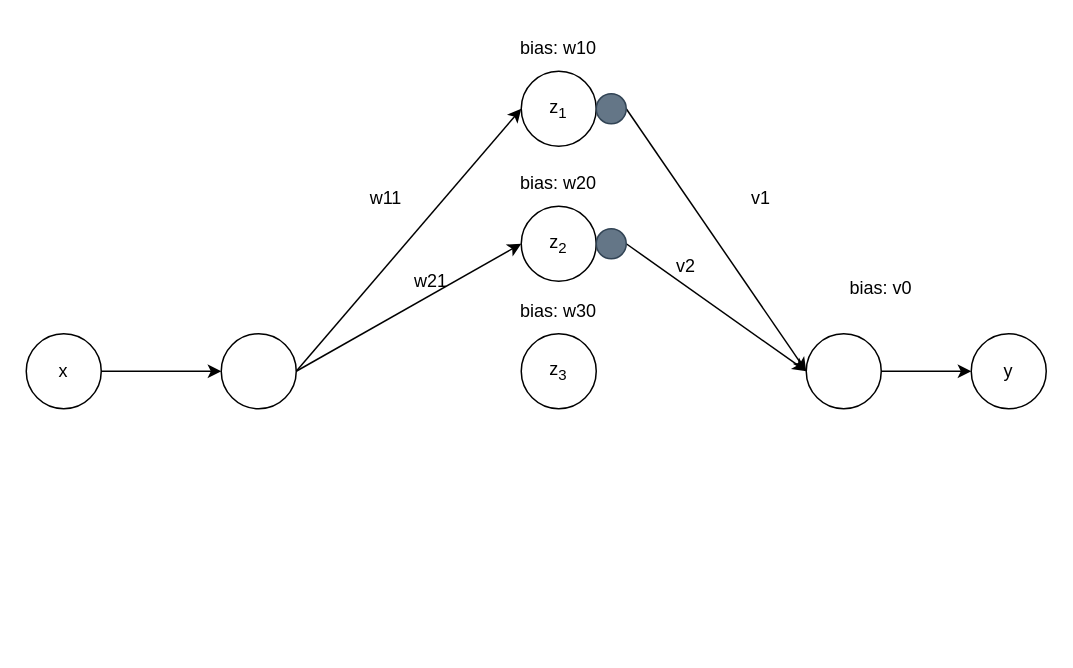
The draw.io diagram mini-project-diagram-2.drawio in JonathanALevine/ELEC5404, before the edit. Source tidied: cells renumbered, new cells numbered last; positions are measured from the earlier drawing's top-left corner, leaving out a move shared by most shapes. Both pictures are drawn from the tidied source at 150%, with x=0, y=0 at pixel (26, 26).
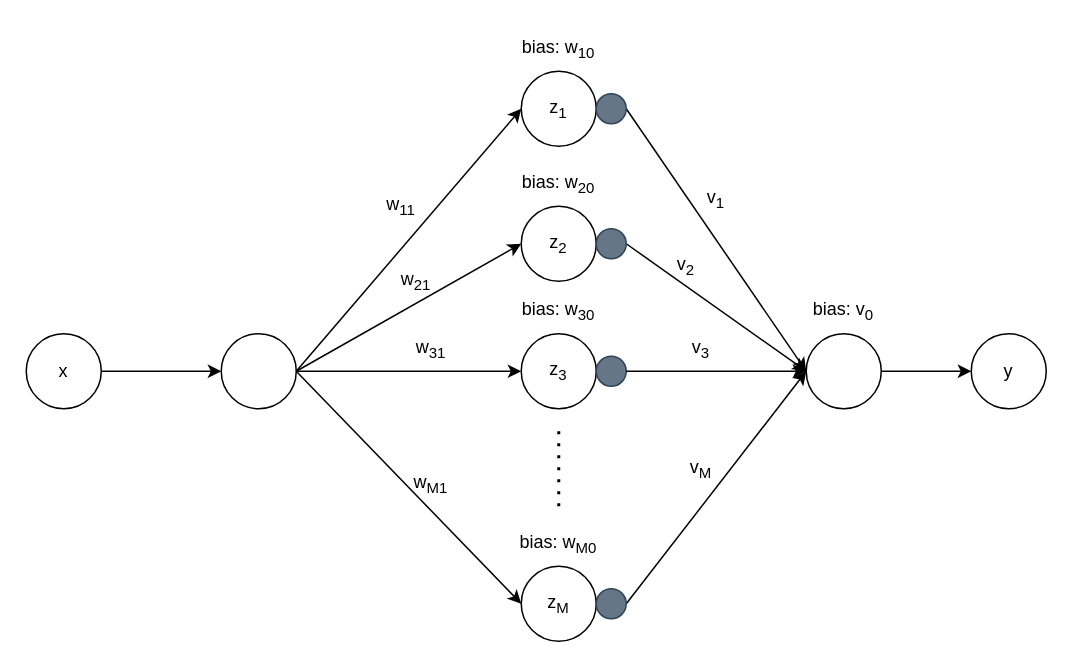
After the change.

The change refers to these unchanged cells:
```xml
<mxCell id="2" style="ellipse;whiteSpace=wrap;html=1;" parent="1" vertex="1">
  <mxGeometry x="130" y="205" width="50" height="50" as="geometry" />
</mxCell>
<mxCell id="5" style="ellipse;whiteSpace=wrap;html=1;" parent="1" vertex="1">
  <mxGeometry x="520" y="205" width="50" height="50" as="geometry" />
</mxCell>
```

Change to the diagram source:
```diff
@@
-    <mxCell id="14" value="w11" style="text;html=1;strokeColor=none;fillColor=none;align=center;verticalAlign=middle;whiteSpace=wrap;rounded=0;" parent="1" vertex="1">
-      <mxGeometry x="210" y="100" width="60" height="30" as="geometry" />
+    <mxCell id="14" value="w&lt;sub&gt;11&lt;/sub&gt;" style="text;html=1;strokeColor=none;fillColor=none;align=center;verticalAlign=middle;whiteSpace=wrap;rounded=0;" parent="1" vertex="1">
+      <mxGeometry x="220" y="105" width="60" height="30" as="geometry" />
     </mxCell>
-    <mxCell id="15" value="w21" style="text;html=1;strokeColor=none;fillColor=none;align=center;verticalAlign=middle;whiteSpace=wrap;rounded=0;" parent="1" vertex="1">
-      <mxGeometry x="240" y="155" width="60" height="30" as="geometry" />
+    <mxCell id="15" value="w&lt;sub&gt;21&lt;/sub&gt;" style="text;html=1;strokeColor=none;fillColor=none;align=center;verticalAlign=middle;whiteSpace=wrap;rounded=0;" parent="1" vertex="1">
+      <mxGeometry x="230" y="155" width="60" height="30" as="geometry" />
     </mxCell>
@@
-    <mxCell id="18" value="v1" style="text;html=1;strokeColor=none;fillColor=none;align=center;verticalAlign=middle;whiteSpace=wrap;rounded=0;" parent="1" vertex="1">
-      <mxGeometry x="460" y="100" width="60" height="30" as="geometry" />
+    <mxCell id="18" value="v&lt;sub&gt;1&lt;/sub&gt;" style="text;html=1;strokeColor=none;fillColor=none;align=center;verticalAlign=middle;whiteSpace=wrap;rounded=0;" parent="1" vertex="1">
+      <mxGeometry x="430" y="100" width="60" height="30" as="geometry" />
     </mxCell>
-    <mxCell id="19" value="v2" style="text;html=1;strokeColor=none;fillColor=none;align=center;verticalAlign=middle;whiteSpace=wrap;rounded=0;" parent="1" vertex="1">
+    <mxCell id="19" value="v&lt;sub&gt;2&lt;/sub&gt;" style="text;html=1;strokeColor=none;fillColor=none;align=center;verticalAlign=middle;whiteSpace=wrap;rounded=0;" parent="1" vertex="1">
       <mxGeometry x="410" y="145" width="60" height="30" as="geometry" />
     </mxCell>
-    <mxCell id="20" value="bias: w10" style="text;html=1;strokeColor=none;fillColor=none;align=center;verticalAlign=middle;whiteSpace=wrap;rounded=0;" parent="1" vertex="1">
+    <mxCell id="20" value="bias: w&lt;sub&gt;10&lt;/sub&gt;" style="text;html=1;strokeColor=none;fillColor=none;align=center;verticalAlign=middle;whiteSpace=wrap;rounded=0;" parent="1" vertex="1">
       <mxGeometry x="325" width="60" height="30" as="geometry" />
     </mxCell>
-    <mxCell id="21" value="bias: w20" style="text;html=1;strokeColor=none;fillColor=none;align=center;verticalAlign=middle;whiteSpace=wrap;rounded=0;" parent="1" vertex="1">
+    <mxCell id="21" value="bias: w&lt;sub&gt;20&lt;/sub&gt;" style="text;html=1;strokeColor=none;fillColor=none;align=center;verticalAlign=middle;whiteSpace=wrap;rounded=0;" parent="1" vertex="1">
       <mxGeometry x="325" y="90" width="60" height="30" as="geometry" />
     </mxCell>
-    <mxCell id="22" value="bias: v0" style="text;html=1;strokeColor=none;fillColor=none;align=center;verticalAlign=middle;whiteSpace=wrap;rounded=0;" parent="1" vertex="1">
-      <mxGeometry x="540" y="160" width="60" height="30" as="geometry" />
+    <mxCell id="22" value="bias: v&lt;sub&gt;0&lt;/sub&gt;" style="text;html=1;strokeColor=none;fillColor=none;align=center;verticalAlign=middle;whiteSpace=wrap;rounded=0;" parent="1" vertex="1">
+      <mxGeometry x="515" y="175" width="60" height="30" as="geometry" />
     </mxCell>
@@
-    <mxCell id="24" value="bias: w30" style="text;html=1;strokeColor=none;fillColor=none;align=center;verticalAlign=middle;whiteSpace=wrap;rounded=0;" parent="1" vertex="1">
+    <mxCell id="24" value="bias: w&lt;sub&gt;30&lt;/sub&gt;" style="text;html=1;strokeColor=none;fillColor=none;align=center;verticalAlign=middle;whiteSpace=wrap;rounded=0;" parent="1" vertex="1">
       <mxGeometry x="325" y="175" width="60" height="30" as="geometry" />
     </mxCell>
+    <mxCell id="25" style="endArrow=classic;html=1;rounded=0;exitX=1;exitY=0.5;exitDx=0;exitDy=0;" parent="1" edge="1" source="2">
+      <mxGeometry relative="1" as="geometry">
+        <mxPoint x="330" y="230" as="targetPoint" />
+      </mxGeometry>
+    </mxCell>
+    <mxCell id="26" style="ellipse;whiteSpace=wrap;html=1;fillColor=#647687;fontColor=#ffffff;strokeColor=#314354;" parent="1" vertex="1">
+      <mxGeometry x="380" y="220" width="20" height="20" as="geometry" />
+    </mxCell>
+    <mxCell id="27" style="endArrow=classic;html=1;rounded=0;exitX=1;exitY=0.5;exitDx=0;exitDy=0;entryX=0;entryY=0.5;entryDx=0;entryDy=0;" parent="1" edge="1" source="26" target="5">
+      <mxGeometry relative="1" as="geometry" />
+    </mxCell>
+    <mxCell id="28" style="endArrow=none;dashed=1;html=1;dashPattern=1 3;strokeWidth=2;rounded=0;" parent="1" edge="1">
+      <mxGeometry relative="1" as="geometry">
+        <mxPoint x="355" y="320" as="sourcePoint" />
+        <mxPoint x="355" y="270" as="targetPoint" />
+      </mxGeometry>
+    </mxCell>
+    <mxCell id="29" value="z&lt;sub&gt;M&lt;/sub&gt;" style="ellipse;whiteSpace=wrap;html=1;" parent="1" vertex="1">
+      <mxGeometry x="330" y="360" width="50" height="50" as="geometry" />
+    </mxCell>
+    <mxCell id="30" value="w&lt;sub&gt;31&lt;/sub&gt;" style="text;html=1;strokeColor=none;fillColor=none;align=center;verticalAlign=middle;whiteSpace=wrap;rounded=0;" parent="1" vertex="1">
+      <mxGeometry x="240" y="200" width="60" height="30" as="geometry" />
+    </mxCell>
+    <mxCell id="31" value="v&lt;sub&gt;3&lt;/sub&gt;" style="text;html=1;strokeColor=none;fillColor=none;align=center;verticalAlign=middle;whiteSpace=wrap;rounded=0;" parent="1" vertex="1">
+      <mxGeometry x="420" y="200" width="60" height="30" as="geometry" />
+    </mxCell>
+    <mxCell id="32" style="endArrow=classic;html=1;rounded=0;exitX=1;exitY=0.5;exitDx=0;exitDy=0;entryX=0;entryY=0.5;entryDx=0;entryDy=0;" parent="1" edge="1" source="2" target="29">
+      <mxGeometry relative="1" as="geometry" />
+    </mxCell>
+    <mxCell id="33" style="endArrow=classic;html=1;rounded=0;entryX=0;entryY=0.5;entryDx=0;entryDy=0;exitX=1;exitY=0.5;exitDx=0;exitDy=0;" parent="1" edge="1" source="34" target="5">
+      <mxGeometry relative="1" as="geometry" />
+    </mxCell>
+    <mxCell id="34" style="ellipse;whiteSpace=wrap;html=1;fillColor=#647687;fontColor=#ffffff;strokeColor=#314354;" parent="1" vertex="1">
+      <mxGeometry x="380" y="375" width="20" height="20" as="geometry" />
+    </mxCell>
+    <mxCell id="35" value="w&lt;sub&gt;M1&lt;/sub&gt;" style="text;html=1;strokeColor=none;fillColor=none;align=center;verticalAlign=middle;whiteSpace=wrap;rounded=0;" parent="1" vertex="1">
+      <mxGeometry x="240" y="290" width="60" height="30" as="geometry" />
+    </mxCell>
+    <mxCell id="36" value="bias: w&lt;sub&gt;M0&lt;/sub&gt;" style="text;html=1;strokeColor=none;fillColor=none;align=center;verticalAlign=middle;whiteSpace=wrap;rounded=0;" parent="1" vertex="1">
+      <mxGeometry x="325" y="330" width="60" height="30" as="geometry" />
+    </mxCell>
+    <mxCell id="37" value="v&lt;sub&gt;M&lt;/sub&gt;" style="text;html=1;strokeColor=none;fillColor=none;align=center;verticalAlign=middle;whiteSpace=wrap;rounded=0;" parent="1" vertex="1">
+      <mxGeometry x="420" y="280" width="60" height="30" as="geometry" />
+    </mxCell>
```
